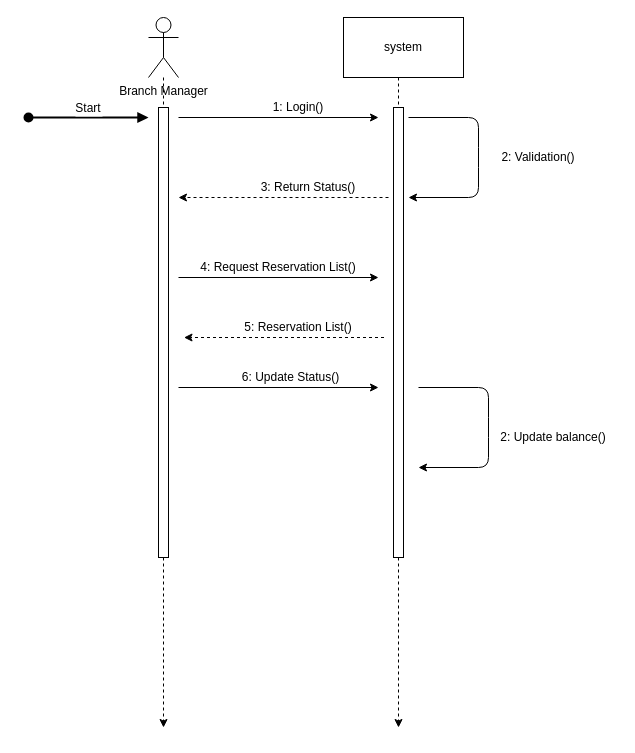
This is Restaurant - Sequence Diagram.drawio from abdelrhmanabdelhaie/learnGit, a draw.io file, before an edit. Source tidied: cells renumbered, new cells numbered last; positions are measured from the earlier drawing's top-left corner, leaving out a move shared by most shapes. Both pictures are drawn from the tidied source at 100%, with x=0, y=0 at pixel (28, 17).
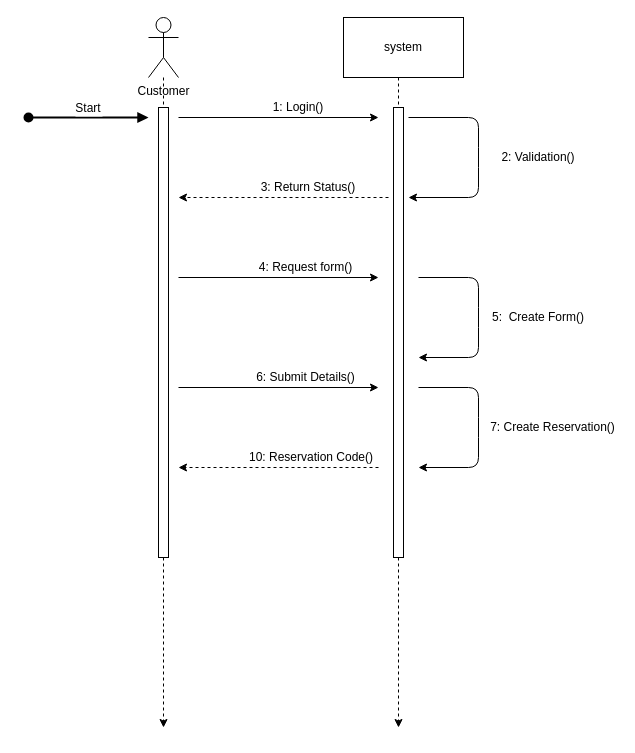
Above is the later version.

Commit message:
Restaurant - Customer - Sequence Diagram.drawio

Diff of the diagram source:
```diff
@@
-    <mxCell id="2" value="Branch Manager" style="shape=umlActor;verticalLabelPosition=bottom;verticalAlign=top;html=1;" parent="1" vertex="1">
+    <mxCell id="2" value="Customer" style="shape=umlActor;verticalLabelPosition=bottom;verticalAlign=top;html=1;" parent="1" vertex="1">
       <mxGeometry x="120" width="30" height="60" as="geometry" />
     </mxCell>
@@
-    <mxCell id="15" value="4: Request Reservation List()" style="text;html=1;strokeColor=none;fillColor=none;align=center;verticalAlign=middle;whiteSpace=wrap;rounded=0;" parent="1" vertex="1">
-      <mxGeometry x="170" y="240" width="160" height="20" as="geometry" />
+    <mxCell id="15" value="4: Request form()" style="text;html=1;strokeColor=none;fillColor=none;align=center;verticalAlign=middle;whiteSpace=wrap;rounded=0;" parent="1" vertex="1">
+      <mxGeometry x="225" y="240" width="105" height="20" as="geometry" />
     </mxCell>
+    <mxCell id="23" style="endArrow=classic;html=1;" parent="1" edge="1">
+      <mxGeometry relative="1" as="geometry">
+        <mxPoint x="390" y="260" as="sourcePoint" />
+        <mxPoint x="390" y="340" as="targetPoint" />
+        <Array as="points">
+          <mxPoint x="450" y="260" />
+          <mxPoint x="450" y="300" />
+          <mxPoint x="450" y="340" />
+        </Array>
+      </mxGeometry>
+    </mxCell>
+    <mxCell id="24" value="5:&amp;nbsp; Create Form()" style="text;html=1;strokeColor=none;fillColor=none;align=center;verticalAlign=middle;whiteSpace=wrap;rounded=0;" parent="1" vertex="1">
+      <mxGeometry x="460" y="290" width="100" height="20" as="geometry" />
+    </mxCell>
@@
-    <mxCell id="17" value="6: Update Status()" style="text;html=1;strokeColor=none;fillColor=none;align=center;verticalAlign=middle;whiteSpace=wrap;rounded=0;" parent="1" vertex="1">
-      <mxGeometry x="210" y="350" width="105" height="20" as="geometry" />
+    <mxCell id="17" value="6: Submit Details()" style="text;html=1;strokeColor=none;fillColor=none;align=center;verticalAlign=middle;whiteSpace=wrap;rounded=0;" parent="1" vertex="1">
+      <mxGeometry x="225" y="350" width="105" height="20" as="geometry" />
     </mxCell>
+    <mxCell id="25" value="7: Create Reservation()" style="text;html=1;strokeColor=none;fillColor=none;align=center;verticalAlign=middle;whiteSpace=wrap;rounded=0;" parent="1" vertex="1">
+      <mxGeometry x="457.5" y="400" width="132.5" height="20" as="geometry" />
+    </mxCell>
+    <mxCell id="26" style="endArrow=classic;html=1;" parent="1" edge="1">
+      <mxGeometry relative="1" as="geometry">
+        <mxPoint x="390" y="370" as="sourcePoint" />
+        <mxPoint x="390" y="450" as="targetPoint" />
+        <Array as="points">
+          <mxPoint x="450" y="370" />
+          <mxPoint x="450" y="410" />
+          <mxPoint x="450" y="450" />
+        </Array>
+      </mxGeometry>
+    </mxCell>
     <mxCell id="18" style="endArrow=classic;html=1;dashed=1;" parent="1" edge="1">
       <mxGeometry relative="1" as="geometry">
-        <mxPoint x="355.5" y="320" as="sourcePoint" />
-        <mxPoint x="155.5" y="320" as="targetPoint" />
+        <mxPoint x="350" y="450" as="sourcePoint" />
+        <mxPoint x="150" y="450" as="targetPoint" />
       </mxGeometry>
     </mxCell>
-    <mxCell id="19" value="5: Reservation List()" style="text;html=1;strokeColor=none;fillColor=none;align=center;verticalAlign=middle;whiteSpace=wrap;rounded=0;" parent="1" vertex="1">
-      <mxGeometry x="197.2" y="300" width="145.5" height="20" as="geometry" />
+    <mxCell id="19" value="10: Reservation&amp;nbsp;Code()" style="text;html=1;strokeColor=none;fillColor=none;align=center;verticalAlign=middle;whiteSpace=wrap;rounded=0;" parent="1" vertex="1">
+      <mxGeometry x="210" y="430" width="145.5" height="20" as="geometry" />
     </mxCell>
@@
-    <mxCell id="21" style="endArrow=classic;html=1;" parent="1" edge="1">
-      <mxGeometry relative="1" as="geometry">
-        <mxPoint x="390" y="370" as="sourcePoint" />
-        <mxPoint x="390" y="450" as="targetPoint" />
-        <Array as="points">
-          <mxPoint x="460" y="370" />
-          <mxPoint x="460" y="410" />
-          <mxPoint x="460" y="450" />
-        </Array>
-      </mxGeometry>
-    </mxCell>
-    <mxCell id="22" value="2: Update balance()" style="text;html=1;strokeColor=none;fillColor=none;align=center;verticalAlign=middle;whiteSpace=wrap;rounded=0;" parent="1" vertex="1">
-      <mxGeometry x="470" y="410" width="110" height="20" as="geometry" />
-    </mxCell>
```
